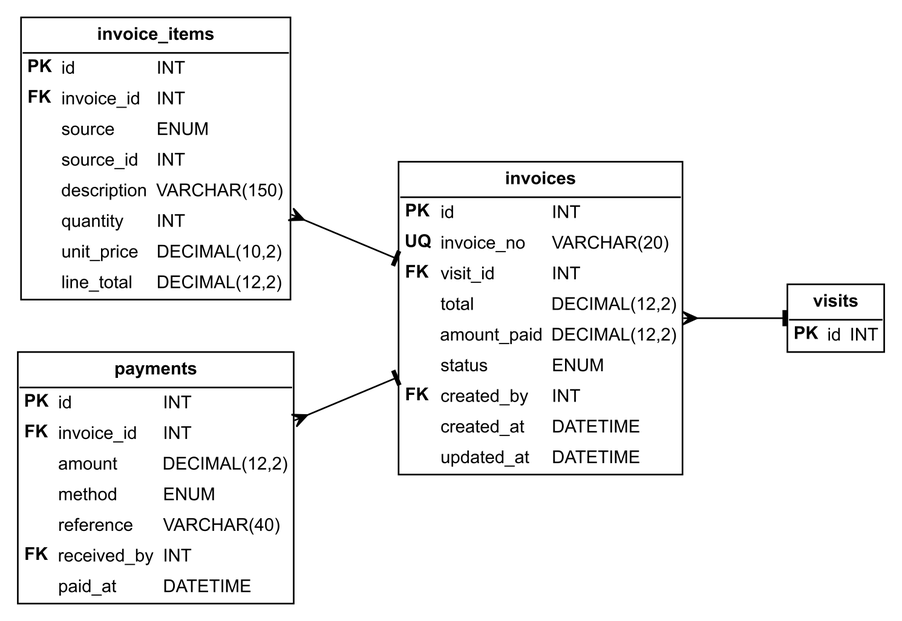
This is docs/figures/erd_m5.png from WAIYAH/ub-hms, a Graphviz export, as it was before one commit. Its source is kept beside it as docs/build/diagrams_src/erd_m5.dot. The source it was exported from:
```dot
digraph erd_m5 {
  graph [fontname="Arial", fontsize=12, bgcolor="white", pad="0.15"];
  node  [fontname="Arial", fontsize=11, color="black", fontcolor="black"];
  edge  [fontname="Arial", fontsize=10, color="black", fontcolor="black", arrowsize=0.9];
  rankdir=LR; nodesep=0.45; ranksep=0.9;
  invoices [shape=none, margin=0, label=<<TABLE BORDER="1" CELLBORDER="0" CELLSPACING="0" CELLPADDING="3"><TR><TD COLSPAN="3" SIDES="B" BORDER="1" ALIGN="CENTER"><B>invoices</B></TD></TR><TR><TD ALIGN="LEFT"><B>PK</B></TD><TD ALIGN="LEFT">id</TD><TD ALIGN="LEFT">INT</TD></TR><TR><TD ALIGN="LEFT"><B>UQ</B></TD><TD ALIGN="LEFT">invoice_no</TD><TD ALIGN="LEFT">VARCHAR(20)</TD></TR><TR><TD ALIGN="LEFT"><B>FK</B></TD><TD ALIGN="LEFT">visit_id</TD><TD ALIGN="LEFT">INT</TD></TR><TR><TD ALIGN="LEFT">&nbsp;</TD><TD ALIGN="LEFT">total</TD><TD ALIGN="LEFT">DECIMAL(12,2)</TD></TR><TR><TD ALIGN="LEFT">&nbsp;</TD><TD ALIGN="LEFT">amount_paid</TD><TD ALIGN="LEFT">DECIMAL(12,2)</TD></TR><TR><TD ALIGN="LEFT">&nbsp;</TD><TD ALIGN="LEFT">status</TD><TD ALIGN="LEFT">ENUM</TD></TR><TR><TD ALIGN="LEFT"><B>FK</B></TD><TD ALIGN="LEFT">created_by</TD><TD ALIGN="LEFT">INT</TD></TR><TR><TD ALIGN="LEFT">&nbsp;</TD><TD ALIGN="LEFT">created_at</TD><TD ALIGN="LEFT">DATETIME</TD></TR><TR><TD ALIGN="LEFT">&nbsp;</TD><TD ALIGN="LEFT">updated_at</TD><TD ALIGN="LEFT">DATETIME</TD></TR></TABLE>>];
  invoice_items [shape=none, margin=0, label=<<TABLE BORDER="1" CELLBORDER="0" CELLSPACING="0" CELLPADDING="3"><TR><TD COLSPAN="3" SIDES="B" BORDER="1" ALIGN="CENTER"><B>invoice_items</B></TD></TR><TR><TD ALIGN="LEFT"><B>PK</B></TD><TD ALIGN="LEFT">id</TD><TD ALIGN="LEFT">INT</TD></TR><TR><TD ALIGN="LEFT"><B>FK</B></TD><TD ALIGN="LEFT">invoice_id</TD><TD ALIGN="LEFT">INT</TD></TR><TR><TD ALIGN="LEFT">&nbsp;</TD><TD ALIGN="LEFT">source</TD><TD ALIGN="LEFT">ENUM</TD></TR><TR><TD ALIGN="LEFT">&nbsp;</TD><TD ALIGN="LEFT">source_id</TD><TD ALIGN="LEFT">INT</TD></TR><TR><TD ALIGN="LEFT">&nbsp;</TD><TD ALIGN="LEFT">description</TD><TD ALIGN="LEFT">VARCHAR(150)</TD></TR><TR><TD ALIGN="LEFT">&nbsp;</TD><TD ALIGN="LEFT">quantity</TD><TD ALIGN="LEFT">INT</TD></TR><TR><TD ALIGN="LEFT">&nbsp;</TD><TD ALIGN="LEFT">unit_price</TD><TD ALIGN="LEFT">DECIMAL(10,2)</TD></TR><TR><TD ALIGN="LEFT">&nbsp;</TD><TD ALIGN="LEFT">line_total</TD><TD ALIGN="LEFT">DECIMAL(12,2)</TD></TR></TABLE>>];
  payments [shape=none, margin=0, label=<<TABLE BORDER="1" CELLBORDER="0" CELLSPACING="0" CELLPADDING="3"><TR><TD COLSPAN="3" SIDES="B" BORDER="1" ALIGN="CENTER"><B>payments</B></TD></TR><TR><TD ALIGN="LEFT"><B>PK</B></TD><TD ALIGN="LEFT">id</TD><TD ALIGN="LEFT">INT</TD></TR><TR><TD ALIGN="LEFT"><B>FK</B></TD><TD ALIGN="LEFT">invoice_id</TD><TD ALIGN="LEFT">INT</TD></TR><TR><TD ALIGN="LEFT">&nbsp;</TD><TD ALIGN="LEFT">amount</TD><TD ALIGN="LEFT">DECIMAL(12,2)</TD></TR><TR><TD ALIGN="LEFT">&nbsp;</TD><TD ALIGN="LEFT">method</TD><TD ALIGN="LEFT">ENUM</TD></TR><TR><TD ALIGN="LEFT">&nbsp;</TD><TD ALIGN="LEFT">reference</TD><TD ALIGN="LEFT">VARCHAR(40)</TD></TR><TR><TD ALIGN="LEFT"><B>FK</B></TD><TD ALIGN="LEFT">received_by</TD><TD ALIGN="LEFT">INT</TD></TR><TR><TD ALIGN="LEFT">&nbsp;</TD><TD ALIGN="LEFT">paid_at</TD><TD ALIGN="LEFT">DATETIME</TD></TR></TABLE>>];
  visits [shape=none, margin=0, label=<<TABLE BORDER="1" CELLBORDER="0" CELLSPACING="0" CELLPADDING="3"><TR><TD COLSPAN="3" SIDES="B" BORDER="1" ALIGN="CENTER"><B>visits</B></TD></TR><TR><TD ALIGN="LEFT"><B>PK</B></TD><TD ALIGN="LEFT">id</TD><TD ALIGN="LEFT">INT</TD></TR></TABLE>>];
  invoices -> visits [arrowtail=crow, arrowhead=tee, dir=both];
  invoice_items -> invoices [arrowtail=crow, arrowhead=tee, dir=both];
  payments -> invoices [arrowtail=crow, arrowhead=tee, dir=both];
}
```
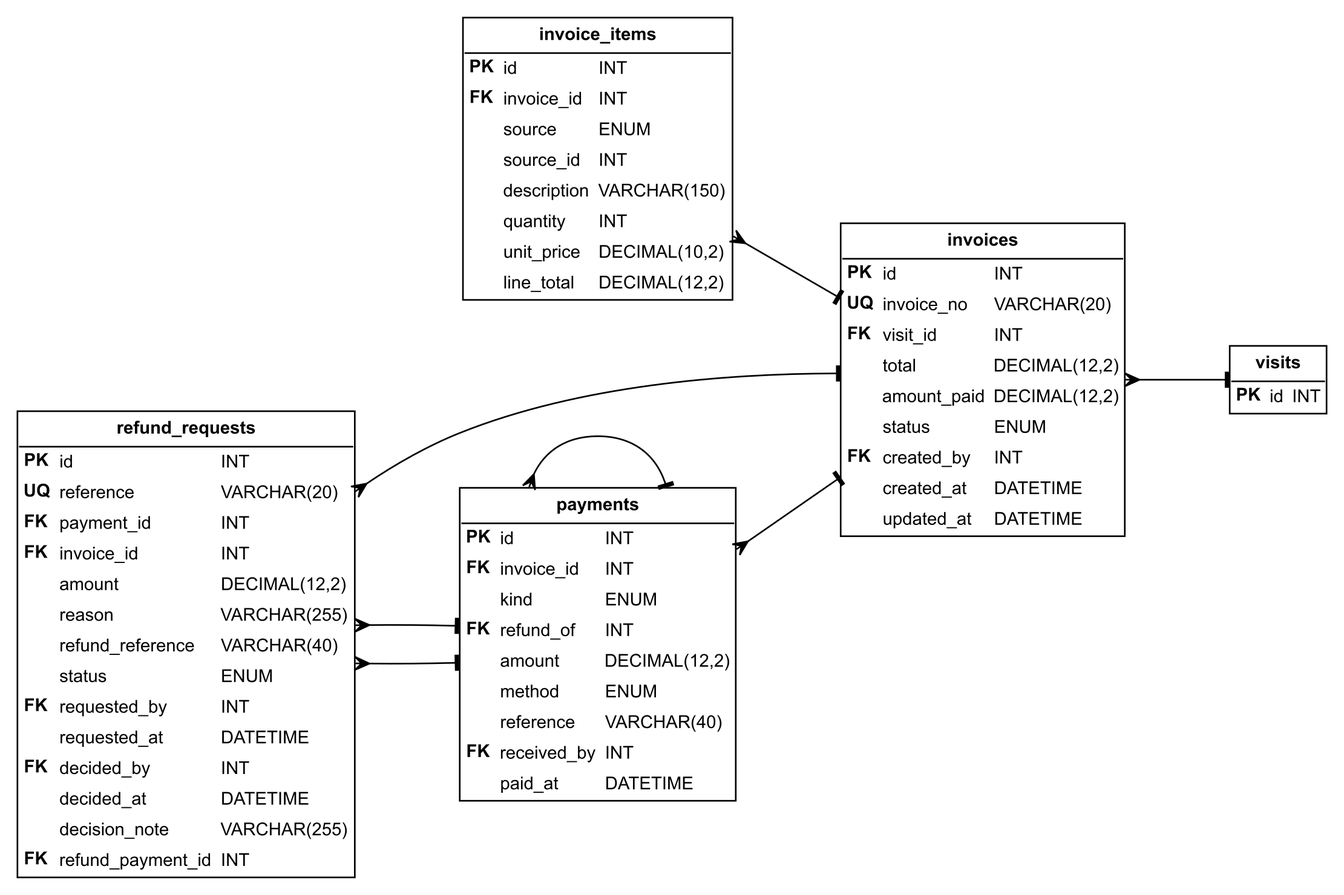
Above is the later version.

The edit, as a diff of the source:
```diff
@@ -5,9 +5,14 @@
   rankdir=LR; nodesep=0.45; ranksep=0.9;
   invoices [shape=none, margin=0, label=<<TABLE BORDER="1" CELLBORDER="0" CELLSPACING="0" CELLPADDING="3"><TR><TD COLSPAN="3" SIDES="B" BORDER="1" ALIGN="CENTER"><B>invoices</B></TD></TR><TR><TD ALIGN="LEFT"><B>PK</B></TD><TD ALIGN="LEFT">id</TD><TD ALIGN="LEFT">INT</TD></TR><TR><TD ALIGN="LEFT"><B>UQ</B></TD><TD ALIGN="LEFT">invoice_no</TD><TD ALIGN="LEFT">VARCHAR(20)</TD></TR><TR><TD ALIGN="LEFT"><B>FK</B></TD><TD ALIGN="LEFT">visit_id</TD><TD ALIGN="LEFT">INT</TD></TR><TR><TD ALIGN="LEFT">&nbsp;</TD><TD ALIGN="LEFT">total</TD><TD ALIGN="LEFT">DECIMAL(12,2)</TD></TR><TR><TD ALIGN="LEFT">&nbsp;</TD><TD ALIGN="LEFT">amount_paid</TD><TD ALIGN="LEFT">DECIMAL(12,2)</TD></TR><TR><TD ALIGN="LEFT">&nbsp;</TD><TD ALIGN="LEFT">status</TD><TD ALIGN="LEFT">ENUM</TD></TR><TR><TD ALIGN="LEFT"><B>FK</B></TD><TD ALIGN="LEFT">created_by</TD><TD ALIGN="LEFT">INT</TD></TR><TR><TD ALIGN="LEFT">&nbsp;</TD><TD ALIGN="LEFT">created_at</TD><TD ALIGN="LEFT">DATETIME</TD></TR><TR><TD ALIGN="LEFT">&nbsp;</TD><TD ALIGN="LEFT">updated_at</TD><TD ALIGN="LEFT">DATETIME</TD></TR></TABLE>>];
   invoice_items [shape=none, margin=0, label=<<TABLE BORDER="1" CELLBORDER="0" CELLSPACING="0" CELLPADDING="3"><TR><TD COLSPAN="3" SIDES="B" BORDER="1" ALIGN="CENTER"><B>invoice_items</B></TD></TR><TR><TD ALIGN="LEFT"><B>PK</B></TD><TD ALIGN="LEFT">id</TD><TD ALIGN="LEFT">INT</TD></TR><TR><TD ALIGN="LEFT"><B>FK</B></TD><TD ALIGN="LEFT">invoice_id</TD><TD ALIGN="LEFT">INT</TD></TR><TR><TD ALIGN="LEFT">&nbsp;</TD><TD ALIGN="LEFT">source</TD><TD ALIGN="LEFT">ENUM</TD></TR><TR><TD ALIGN="LEFT">&nbsp;</TD><TD ALIGN="LEFT">source_id</TD><TD ALIGN="LEFT">INT</TD></TR><TR><TD ALIGN="LEFT">&nbsp;</TD><TD ALIGN="LEFT">description</TD><TD ALIGN="LEFT">VARCHAR(150)</TD></TR><TR><TD ALIGN="LEFT">&nbsp;</TD><TD ALIGN="LEFT">quantity</TD><TD ALIGN="LEFT">INT</TD></TR><TR><TD ALIGN="LEFT">&nbsp;</TD><TD ALIGN="LEFT">unit_price</TD><TD ALIGN="LEFT">DECIMAL(10,2)</TD></TR><TR><TD ALIGN="LEFT">&nbsp;</TD><TD ALIGN="LEFT">line_total</TD><TD ALIGN="LEFT">DECIMAL(12,2)</TD></TR></TABLE>>];
-  payments [shape=none, margin=0, label=<<TABLE BORDER="1" CELLBORDER="0" CELLSPACING="0" CELLPADDING="3"><TR><TD COLSPAN="3" SIDES="B" BORDER="1" ALIGN="CENTER"><B>payments</B></TD></TR><TR><TD ALIGN="LEFT"><B>PK</B></TD><TD ALIGN="LEFT">id</TD><TD ALIGN="LEFT">INT</TD></TR><TR><TD ALIGN="LEFT"><B>FK</B></TD><TD ALIGN="LEFT">invoice_id</TD><TD ALIGN="LEFT">INT</TD></TR><TR><TD ALIGN="LEFT">&nbsp;</TD><TD ALIGN="LEFT">amount</TD><TD ALIGN="LEFT">DECIMAL(12,2)</TD></TR><TR><TD ALIGN="LEFT">&nbsp;</TD><TD ALIGN="LEFT">method</TD><TD ALIGN="LEFT">ENUM</TD></TR><TR><TD ALIGN="LEFT">&nbsp;</TD><TD ALIGN="LEFT">reference</TD><TD ALIGN="LEFT">VARCHAR(40)</TD></TR><TR><TD ALIGN="LEFT"><B>FK</B></TD><TD ALIGN="LEFT">received_by</TD><TD ALIGN="LEFT">INT</TD></TR><TR><TD ALIGN="LEFT">&nbsp;</TD><TD ALIGN="LEFT">paid_at</TD><TD ALIGN="LEFT">DATETIME</TD></TR></TABLE>>];
+  payments [shape=none, margin=0, label=<<TABLE BORDER="1" CELLBORDER="0" CELLSPACING="0" CELLPADDING="3"><TR><TD COLSPAN="3" SIDES="B" BORDER="1" ALIGN="CENTER"><B>payments</B></TD></TR><TR><TD ALIGN="LEFT"><B>PK</B></TD><TD ALIGN="LEFT">id</TD><TD ALIGN="LEFT">INT</TD></TR><TR><TD ALIGN="LEFT"><B>FK</B></TD><TD ALIGN="LEFT">invoice_id</TD><TD ALIGN="LEFT">INT</TD></TR><TR><TD ALIGN="LEFT">&nbsp;</TD><TD ALIGN="LEFT">kind</TD><TD ALIGN="LEFT">ENUM</TD></TR><TR><TD ALIGN="LEFT"><B>FK</B></TD><TD ALIGN="LEFT">refund_of</TD><TD ALIGN="LEFT">INT</TD></TR><TR><TD ALIGN="LEFT">&nbsp;</TD><TD ALIGN="LEFT">amount</TD><TD ALIGN="LEFT">DECIMAL(12,2)</TD></TR><TR><TD ALIGN="LEFT">&nbsp;</TD><TD ALIGN="LEFT">method</TD><TD ALIGN="LEFT">ENUM</TD></TR><TR><TD ALIGN="LEFT">&nbsp;</TD><TD ALIGN="LEFT">reference</TD><TD ALIGN="LEFT">VARCHAR(40)</TD></TR><TR><TD ALIGN="LEFT"><B>FK</B></TD><TD ALIGN="LEFT">received_by</TD><TD ALIGN="LEFT">INT</TD></TR><TR><TD ALIGN="LEFT">&nbsp;</TD><TD ALIGN="LEFT">paid_at</TD><TD ALIGN="LEFT">DATETIME</TD></TR></TABLE>>];
+  refund_requests [shape=none, margin=0, label=<<TABLE BORDER="1" CELLBORDER="0" CELLSPACING="0" CELLPADDING="3"><TR><TD COLSPAN="3" SIDES="B" BORDER="1" ALIGN="CENTER"><B>refund_requests</B></TD></TR><TR><TD ALIGN="LEFT"><B>PK</B></TD><TD ALIGN="LEFT">id</TD><TD ALIGN="LEFT">INT</TD></TR><TR><TD ALIGN="LEFT"><B>UQ</B></TD><TD ALIGN="LEFT">reference</TD><TD ALIGN="LEFT">VARCHAR(20)</TD></TR><TR><TD ALIGN="LEFT"><B>FK</B></TD><TD ALIGN="LEFT">payment_id</TD><TD ALIGN="LEFT">INT</TD></TR><TR><TD ALIGN="LEFT"><B>FK</B></TD><TD ALIGN="LEFT">invoice_id</TD><TD ALIGN="LEFT">INT</TD></TR><TR><TD ALIGN="LEFT">&nbsp;</TD><TD ALIGN="LEFT">amount</TD><TD ALIGN="LEFT">DECIMAL(12,2)</TD></TR><TR><TD ALIGN="LEFT">&nbsp;</TD><TD ALIGN="LEFT">reason</TD><TD ALIGN="LEFT">VARCHAR(255)</TD></TR><TR><TD ALIGN="LEFT">&nbsp;</TD><TD ALIGN="LEFT">refund_reference</TD><TD ALIGN="LEFT">VARCHAR(40)</TD></TR><TR><TD ALIGN="LEFT">&nbsp;</TD><TD ALIGN="LEFT">status</TD><TD ALIGN="LEFT">ENUM</TD></TR><TR><TD ALIGN="LEFT"><B>FK</B></TD><TD ALIGN="LEFT">requested_by</TD><TD ALIGN="LEFT">INT</TD></TR><TR><TD ALIGN="LEFT">&nbsp;</TD><TD ALIGN="LEFT">requested_at</TD><TD ALIGN="LEFT">DATETIME</TD></TR><TR><TD ALIGN="LEFT"><B>FK</B></TD><TD ALIGN="LEFT">decided_by</TD><TD ALIGN="LEFT">INT</TD></TR><TR><TD ALIGN="LEFT">&nbsp;</TD><TD ALIGN="LEFT">decided_at</TD><TD ALIGN="LEFT">DATETIME</TD></TR><TR><TD ALIGN="LEFT">&nbsp;</TD><TD ALIGN="LEFT">decision_note</TD><TD ALIGN="LEFT">VARCHAR(255)</TD></TR><TR><TD ALIGN="LEFT"><B>FK</B></TD><TD ALIGN="LEFT">refund_payment_id</TD><TD ALIGN="LEFT">INT</TD></TR></TABLE>>];
   visits [shape=none, margin=0, label=<<TABLE BORDER="1" CELLBORDER="0" CELLSPACING="0" CELLPADDING="3"><TR><TD COLSPAN="3" SIDES="B" BORDER="1" ALIGN="CENTER"><B>visits</B></TD></TR><TR><TD ALIGN="LEFT"><B>PK</B></TD><TD ALIGN="LEFT">id</TD><TD ALIGN="LEFT">INT</TD></TR></TABLE>>];
   invoices -> visits [arrowtail=crow, arrowhead=tee, dir=both];
   invoice_items -> invoices [arrowtail=crow, arrowhead=tee, dir=both];
   payments -> invoices [arrowtail=crow, arrowhead=tee, dir=both];
+  payments -> payments [arrowtail=crow, arrowhead=tee, dir=both];
+  refund_requests -> invoices [arrowtail=crow, arrowhead=tee, dir=both];
+  refund_requests -> payments [arrowtail=crow, arrowhead=tee, dir=both];
+  refund_requests -> payments [arrowtail=crow, arrowhead=tee, dir=both];
 }
```
